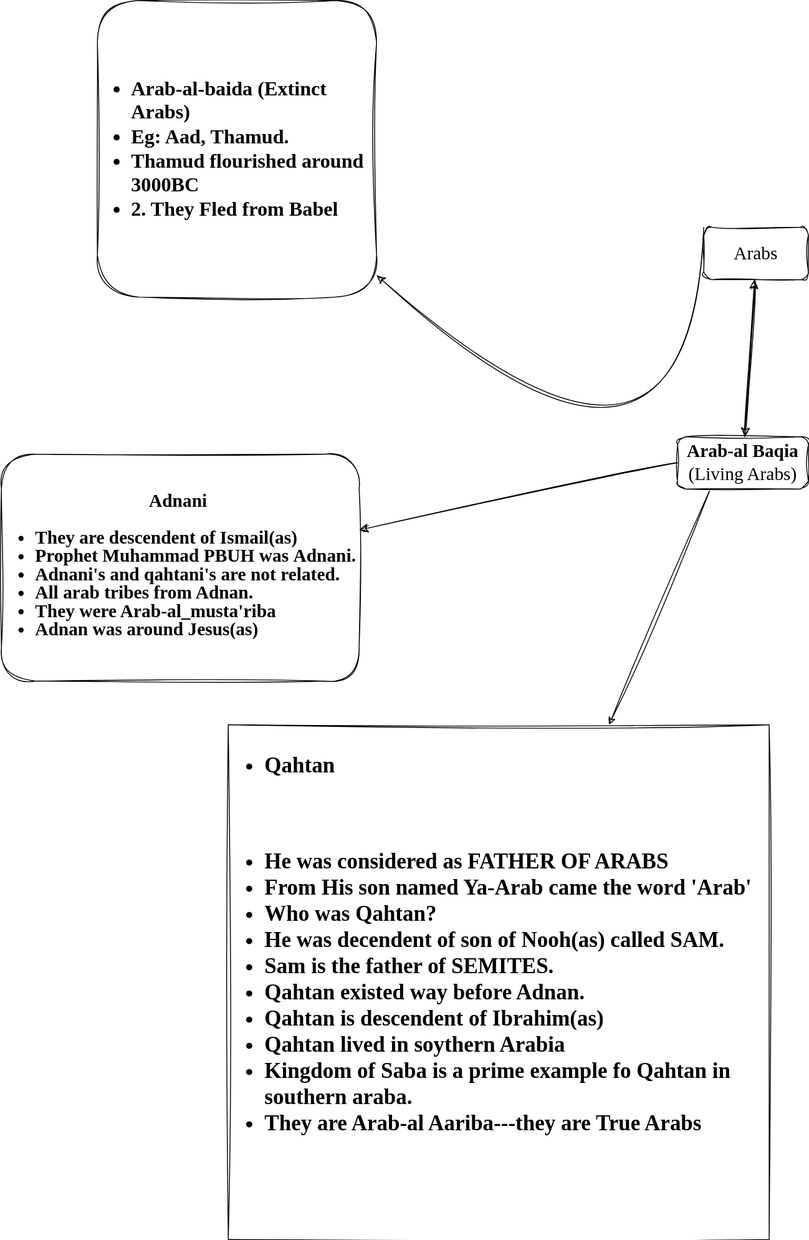
Before: Untitled Diagram.drawio.svg, a diagram exported from draw.io (Hamisoptimistic/Hamisoptimistic). Source tidied: cells renumbered, new cells last; positions are measured from the earlier drawing's top-left corner, leaving out a move shared by most shapes.
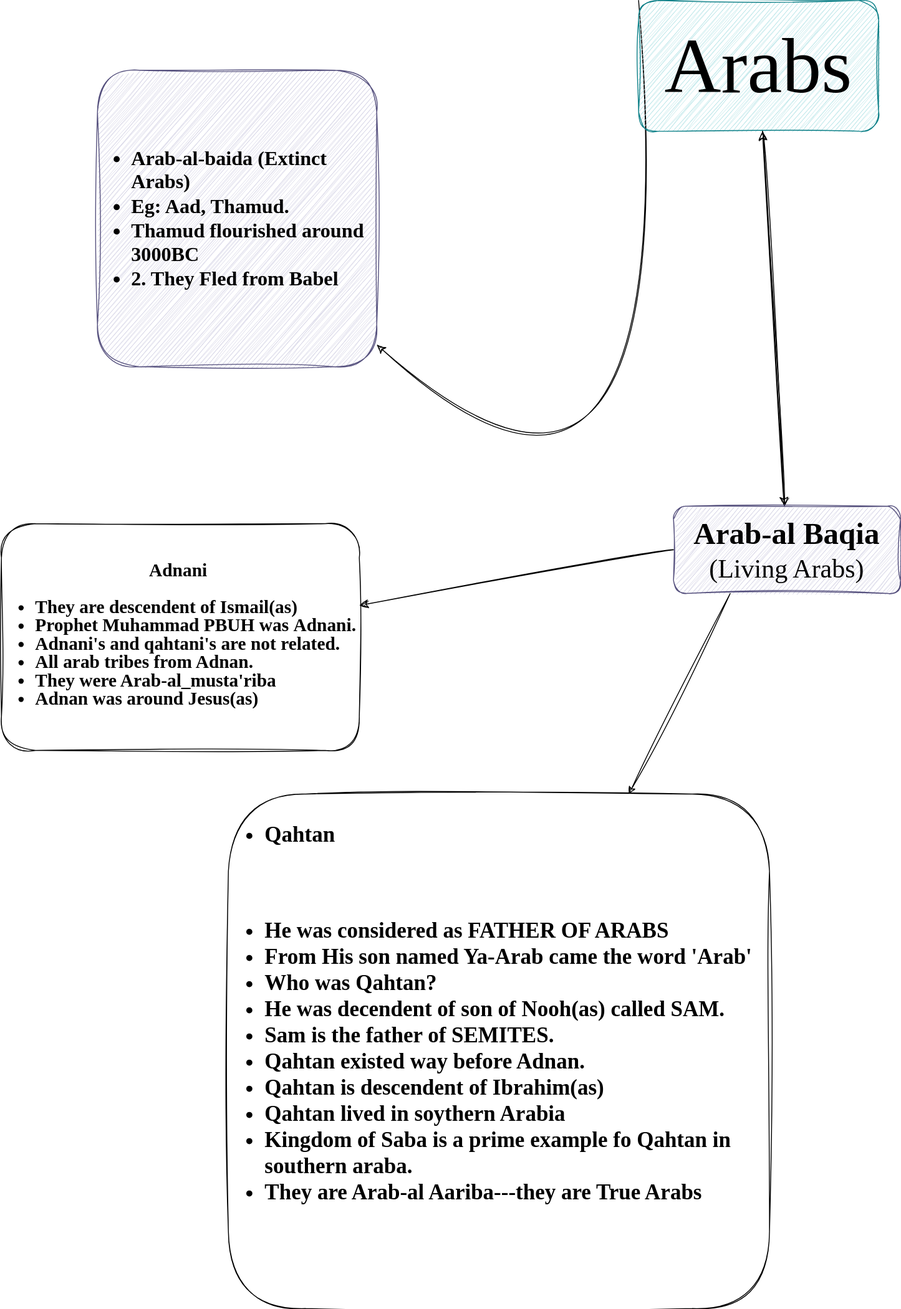
After the commit.

Diff of the diagram source:
```diff
@@ -12,8 +12,8 @@
     <mxCell id="3" style="edgeStyle=none;curved=1;rounded=1;hachureGap=4;jettySize=auto;html=1;fontFamily=Architects Daughter;fontSource=https%3A%2F%2Ffonts.googleapis.com%2Fcss%3Ffamily%3DArchitects%2BDaughter;fontSize=21;startSize=8;endSize=8;spacing=-1;labelBackgroundColor=none;fontColor=default;sketch=1;curveFitting=1;jiggle=2;" parent="1" edge="1" source="4" target="8">
       <mxGeometry relative="1" as="geometry" />
     </mxCell>
-    <mxCell id="4" value="Arabs" style="rounded=1;whiteSpace=wrap;fontSize=21;fontFamily=Verdana;labelBorderColor=none;html=1;labelBackgroundColor=none;spacing=-1;sketch=1;curveFitting=1;jiggle=2;" parent="1" vertex="1">
-      <mxGeometry x="805" y="260" width="120" height="60" as="geometry" />
+    <mxCell id="4" value="&lt;font style=&quot;font-size: 90px;&quot; face=&quot;Architects Daughter&quot;&gt;Arabs&lt;/font&gt;" style="rounded=1;whiteSpace=wrap;fontSize=21;fontFamily=Verdana;labelBorderColor=none;html=1;labelBackgroundColor=none;spacing=-1;sketch=1;curveFitting=1;jiggle=2;fillColor=#b0e3e6;strokeColor=#0e8088;" parent="1" vertex="1">
+      <mxGeometry x="730" y="-80" width="275" height="150" as="geometry" />
     </mxCell>
     <mxCell id="5" style="edgeStyle=none;curved=1;rounded=1;hachureGap=4;jettySize=auto;html=1;fontFamily=Architects Daughter;fontSource=https%3A%2F%2Ffonts.googleapis.com%2Fcss%3Ffamily%3DArchitects%2BDaughter;fontSize=21;startSize=8;endSize=8;spacing=-1;labelBackgroundColor=none;fontColor=default;verticalAlign=bottom;sketch=1;curveFitting=1;jiggle=2;" parent="1" edge="1" source="8" target="4">
       <mxGeometry relative="1" as="geometry" />
@@ -21,19 +21,19 @@
     <mxCell id="6" style="edgeStyle=none;curved=1;rounded=1;hachureGap=4;jettySize=auto;html=1;exitX=0;exitY=0.5;exitDx=0;exitDy=0;fontFamily=Architects Daughter;fontSource=https%3A%2F%2Ffonts.googleapis.com%2Fcss%3Ffamily%3DArchitects%2BDaughter;fontSize=21;startSize=8;endSize=8;spacing=-1;labelBackgroundColor=none;fontColor=default;sketch=1;curveFitting=1;jiggle=2;" parent="1" edge="1" source="8" target="9">
       <mxGeometry relative="1" as="geometry" />
     </mxCell>
-    <mxCell id="7" style="edgeStyle=none;rounded=0;sketch=1;hachureGap=4;jiggle=2;curveFitting=1;jettySize=auto;html=1;exitX=0.25;exitY=1;exitDx=0;exitDy=0;fontFamily=Architects Daughter;fontSource=https%3A%2F%2Ffonts.googleapis.com%2Fcss%3Ffamily%3DArchitects%2BDaughter;fontSize=16;" parent="1" edge="1" source="8" target="11">
+    <mxCell id="7" style="edgeStyle=none;rounded=1;hachureGap=4;jettySize=auto;html=1;exitX=0.25;exitY=1;exitDx=0;exitDy=0;fontFamily=Architects Daughter;fontSource=https%3A%2F%2Ffonts.googleapis.com%2Fcss%3Ffamily%3DArchitects%2BDaughter;fontSize=16;sketch=1;curveFitting=1;jiggle=2;" parent="1" edge="1" source="8" target="11">
       <mxGeometry relative="1" as="geometry" />
     </mxCell>
-    <mxCell id="8" value="&lt;b style=&quot;font-size: 21px;&quot;&gt;Arab-al Baqia&lt;br style=&quot;font-size: 21px;&quot;&gt;&lt;/b&gt;(Living Arabs)" style="rounded=1;whiteSpace=wrap;html=1;hachureGap=4;fontFamily=Architects Daughter;fontSource=https%3A%2F%2Ffonts.googleapis.com%2Fcss%3Ffamily%3DArchitects%2BDaughter;fontSize=21;spacing=-1;labelBackgroundColor=none;sketch=1;curveFitting=1;jiggle=2;" parent="1" vertex="1">
-      <mxGeometry x="775" y="500" width="150" height="60" as="geometry" />
+    <mxCell id="8" value="&lt;b style=&quot;font-size: 35px;&quot;&gt;Arab-al Baqia&lt;br style=&quot;&quot;&gt;&lt;/b&gt;(Living Arabs)" style="rounded=1;whiteSpace=wrap;html=1;hachureGap=4;fontFamily=Architects Daughter;fontSource=https%3A%2F%2Ffonts.googleapis.com%2Fcss%3Ffamily%3DArchitects%2BDaughter;fontSize=30;spacing=-1;labelBackgroundColor=none;sketch=1;curveFitting=1;jiggle=2;fillColor=#d0cee2;strokeColor=#56517e;" parent="1" vertex="1">
+      <mxGeometry x="770" y="500" width="260" height="100" as="geometry" />
     </mxCell>
     <mxCell id="9" value="&lt;h1 style=&quot;text-align: center; line-height: 100%; font-size: 21px;&quot;&gt;&lt;font face=&quot;Architects Daughter&quot; style=&quot;font-size: 21px;&quot;&gt;&lt;b style=&quot;&quot;&gt;Adnani&lt;/b&gt;&lt;/font&gt;&lt;/h1&gt;&lt;font face=&quot;Architects Daughter&quot; style=&quot;font-size: 21px;&quot;&gt;&lt;div style=&quot;line-height: 100%;&quot;&gt;&lt;ul style=&quot;line-height: 100%;&quot;&gt;&lt;li style=&quot;&quot;&gt;&lt;b style=&quot;font-family: &amp;quot;Architects Daughter&amp;quot;; background-color: initial;&quot;&gt;They are descendent of Ismail(as)&lt;/b&gt;&lt;/li&gt;&lt;li style=&quot;&quot;&gt;&lt;b style=&quot;&quot;&gt;Prophet Muhammad PBUH was&amp;nbsp;&lt;/b&gt;&lt;b style=&quot;background-color: initial;&quot;&gt;Adnani.&lt;/b&gt;&lt;/li&gt;&lt;li style=&quot;&quot;&gt;&lt;b style=&quot;&quot;&gt;Adnani's and qahtani's are not related.&lt;/b&gt;&lt;/li&gt;&lt;li style=&quot;&quot;&gt;&lt;b style=&quot;&quot;&gt;All arab tribes from Adnan.&lt;/b&gt;&lt;/li&gt;&lt;li style=&quot;&quot;&gt;&lt;b style=&quot;&quot;&gt;They were Arab-al_musta'riba&lt;/b&gt;&lt;/li&gt;&lt;li style=&quot;&quot;&gt;&lt;b style=&quot;&quot;&gt;Adnan was around Jesus(as)&lt;/b&gt;&lt;/li&gt;&lt;/ul&gt;&lt;/div&gt;&lt;/font&gt;" style="rounded=1;html=1;hachureGap=4;align=left;textDirection=ltr;fontSize=41;spacing=-1;labelBackgroundColor=none;sketch=1;curveFitting=1;jiggle=2;" parent="1" vertex="1">
       <mxGeometry y="520" width="410" height="260" as="geometry" />
     </mxCell>
-    <mxCell id="10" value="&lt;div style=&quot;&quot;&gt;&lt;ul&gt;&lt;li&gt;&lt;b&gt;Arab-al-baida (Extinct Arabs)&lt;/b&gt;&lt;/li&gt;&lt;li&gt;&lt;b style=&quot;background-color: initial;&quot;&gt;Eg: Aad, Thamud.&lt;/b&gt;&lt;/li&gt;&lt;li&gt;&lt;b&gt;Thamud flourished around 3000BC&amp;nbsp;&lt;/b&gt;&lt;/li&gt;&lt;li&gt;&lt;b&gt;2. They Fled from Babel&lt;/b&gt;&lt;/li&gt;&lt;/ul&gt;&lt;/div&gt;" style="rounded=1;whiteSpace=wrap;html=1;hachureGap=4;fontFamily=Architects Daughter;fontSource=https%3A%2F%2Ffonts.googleapis.com%2Fcss%3Ffamily%3DArchitects%2BDaughter;fontSize=23;spacing=-1;labelBackgroundColor=none;sketch=1;curveFitting=1;jiggle=2;align=left;" parent="1" vertex="1">
+    <mxCell id="10" value="&lt;div style=&quot;&quot;&gt;&lt;ul&gt;&lt;li&gt;&lt;b&gt;Arab-al-baida (Extinct Arabs)&lt;/b&gt;&lt;/li&gt;&lt;li&gt;&lt;b style=&quot;background-color: initial;&quot;&gt;Eg: Aad, Thamud.&lt;/b&gt;&lt;/li&gt;&lt;li&gt;&lt;b&gt;Thamud flourished around 3000BC&amp;nbsp;&lt;/b&gt;&lt;/li&gt;&lt;li&gt;&lt;b&gt;2. They Fled from Babel&lt;/b&gt;&lt;/li&gt;&lt;/ul&gt;&lt;/div&gt;" style="rounded=1;whiteSpace=wrap;html=1;hachureGap=4;fontFamily=Architects Daughter;fontSource=https%3A%2F%2Ffonts.googleapis.com%2Fcss%3Ffamily%3DArchitects%2BDaughter;fontSize=23;spacing=-1;labelBackgroundColor=none;align=left;sketch=1;curveFitting=1;jiggle=2;fillColor=#d0cee2;strokeColor=#56517e;" parent="1" vertex="1">
       <mxGeometry x="110" width="320" height="340" as="geometry" />
     </mxCell>
-    <mxCell id="11" value="&lt;ul&gt;&lt;li&gt;&lt;b&gt;Qahtan&lt;/b&gt;&lt;/li&gt;&lt;/ul&gt;&lt;div&gt;&lt;b&gt;&lt;br&gt;&lt;/b&gt;&lt;/div&gt;&lt;ul&gt;&lt;li&gt;&lt;b style=&quot;&quot;&gt;He was considered as FATHER OF ARABS&lt;/b&gt;&lt;/li&gt;&lt;li&gt;&lt;b style=&quot;&quot;&gt;From His son named Ya-Arab came the word 'Arab'&lt;/b&gt;&lt;/li&gt;&lt;li&gt;&lt;b style=&quot;&quot;&gt;Who was Qahtan?&lt;/b&gt;&lt;/li&gt;&lt;li&gt;&lt;b style=&quot;&quot;&gt;He was decendent of son of Nooh(as) called SAM.&lt;/b&gt;&lt;/li&gt;&lt;li&gt;&lt;b style=&quot;&quot;&gt;Sam is the father of SEMITES.&lt;/b&gt;&lt;/li&gt;&lt;li&gt;&lt;b style=&quot;&quot;&gt;Qahtan existed way before Adnan.&lt;/b&gt;&lt;/li&gt;&lt;li&gt;&lt;b style=&quot;&quot;&gt;Qahtan is descendent of Ibrahim(as)&lt;/b&gt;&lt;/li&gt;&lt;li&gt;&lt;b style=&quot;&quot;&gt;Qahtan lived in soythern Arabia&lt;/b&gt;&lt;/li&gt;&lt;li&gt;&lt;b style=&quot;&quot;&gt;Kingdom of Saba is a prime example fo Qahtan in southern araba.&lt;/b&gt;&lt;/li&gt;&lt;li&gt;&lt;b style=&quot;&quot;&gt;They are Arab-al Aariba---they are True Arabs&lt;/b&gt;&lt;/li&gt;&lt;/ul&gt;" style="rounded=0;whiteSpace=wrap;html=1;sketch=1;hachureGap=4;jiggle=2;curveFitting=1;fontFamily=Architects Daughter;fontSource=https%3A%2F%2Ffonts.googleapis.com%2Fcss%3Ffamily%3DArchitects%2BDaughter;fontSize=25;gradientColor=none;align=left;verticalAlign=top;textDirection=ltr;labelBorderColor=none;labelBackgroundColor=none;" parent="1" vertex="1">
+    <mxCell id="11" value="&lt;ul&gt;&lt;li&gt;&lt;b&gt;Qahtan&lt;/b&gt;&lt;/li&gt;&lt;/ul&gt;&lt;div&gt;&lt;b&gt;&lt;br&gt;&lt;/b&gt;&lt;/div&gt;&lt;ul&gt;&lt;li&gt;&lt;b style=&quot;&quot;&gt;He was considered as FATHER OF ARABS&lt;/b&gt;&lt;/li&gt;&lt;li&gt;&lt;b style=&quot;&quot;&gt;From His son named Ya-Arab came the word 'Arab'&lt;/b&gt;&lt;/li&gt;&lt;li&gt;&lt;b style=&quot;&quot;&gt;Who was Qahtan?&lt;/b&gt;&lt;/li&gt;&lt;li&gt;&lt;b style=&quot;&quot;&gt;He was decendent of son of Nooh(as) called SAM.&lt;/b&gt;&lt;/li&gt;&lt;li&gt;&lt;b style=&quot;&quot;&gt;Sam is the father of SEMITES.&lt;/b&gt;&lt;/li&gt;&lt;li&gt;&lt;b style=&quot;&quot;&gt;Qahtan existed way before Adnan.&lt;/b&gt;&lt;/li&gt;&lt;li&gt;&lt;b style=&quot;&quot;&gt;Qahtan is descendent of Ibrahim(as)&lt;/b&gt;&lt;/li&gt;&lt;li&gt;&lt;b style=&quot;&quot;&gt;Qahtan lived in soythern Arabia&lt;/b&gt;&lt;/li&gt;&lt;li&gt;&lt;b style=&quot;&quot;&gt;Kingdom of Saba is a prime example fo Qahtan in southern araba.&lt;/b&gt;&lt;/li&gt;&lt;li&gt;&lt;b style=&quot;&quot;&gt;They are Arab-al Aariba---they are True Arabs&lt;/b&gt;&lt;/li&gt;&lt;/ul&gt;" style="rounded=1;whiteSpace=wrap;html=1;hachureGap=4;fontFamily=Architects Daughter;fontSource=https%3A%2F%2Ffonts.googleapis.com%2Fcss%3Ffamily%3DArchitects%2BDaughter;fontSize=25;gradientColor=none;align=left;verticalAlign=top;textDirection=ltr;labelBorderColor=none;labelBackgroundColor=none;sketch=1;curveFitting=1;jiggle=2;" parent="1" vertex="1">
       <mxGeometry x="260" y="830" width="620" height="590" as="geometry" />
     </mxCell>
   </root>
```
